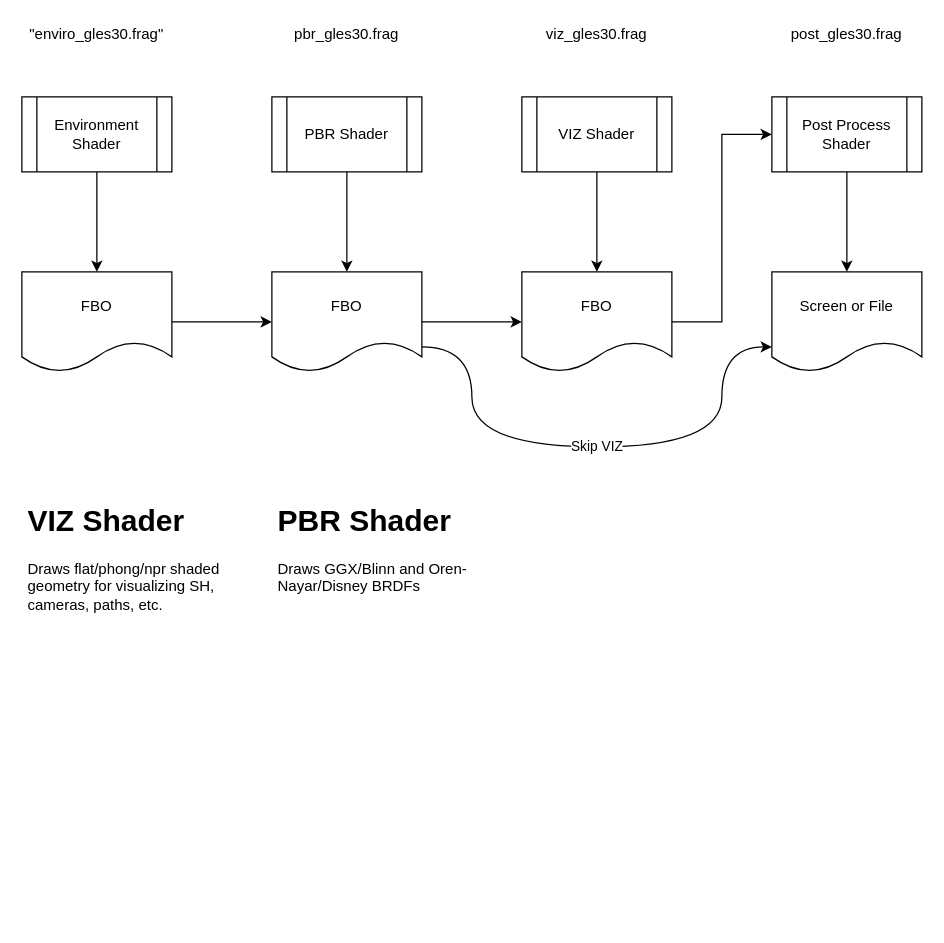
Before: page "Simple Renderer Pipeline" (3 of 3) of fluxions-ssphh-research-block-diagram.drawio in microwerx/blah-ssphh-all, a draw.io diagram. Source tidied: cells renumbered, new cells numbered last; positions are measured from the earlier drawing's top-left corner, leaving out a move shared by most shapes. Both pictures are drawn from the tidied source at 125%, with x=0, y=0 at pixel (21, 21).
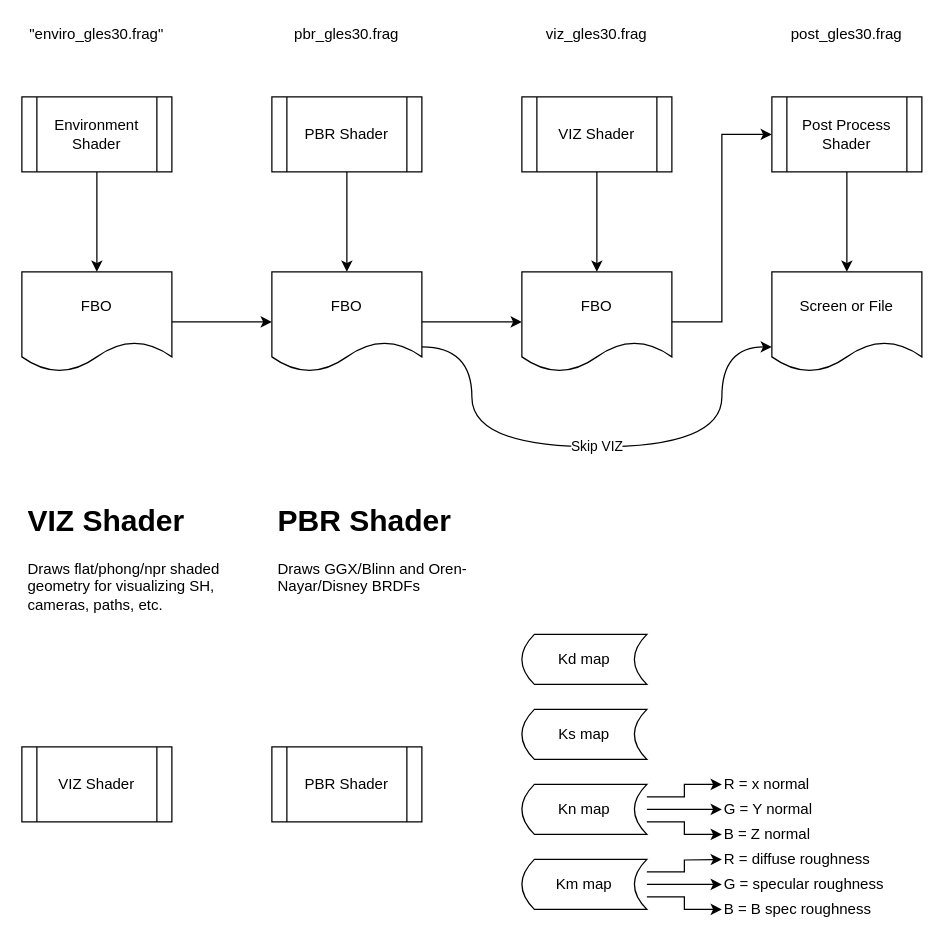
Above is the later version.

What changed in the source:
```diff
@@
+    <mxCell id="24" value="VIZ Shader" style="shape=process;whiteSpace=wrap;html=1;backgroundOutline=1;" parent="1" vertex="1">
+      <mxGeometry y="580" width="120" height="60" as="geometry" />
+    </mxCell>
+    <mxCell id="25" value="PBR Shader" style="shape=process;whiteSpace=wrap;html=1;backgroundOutline=1;" parent="1" vertex="1">
+      <mxGeometry x="200" y="580" width="120" height="60" as="geometry" />
+    </mxCell>
+    <mxCell id="26" value="Kd map" style="shape=dataStorage;whiteSpace=wrap;html=1;" parent="1" vertex="1">
+      <mxGeometry x="400" y="490" width="100" height="40" as="geometry" />
+    </mxCell>
+    <mxCell id="27" value="Ks map" style="shape=dataStorage;whiteSpace=wrap;html=1;" parent="1" vertex="1">
+      <mxGeometry x="400" y="550" width="100" height="40" as="geometry" />
+    </mxCell>
+    <mxCell id="28" style="group;" parent="1" vertex="1">
+      <mxGeometry x="400" y="660" width="300" height="60" as="geometry" />
+    </mxCell>
+    <mxCell id="29" style="edgeStyle=orthogonalEdgeStyle;rounded=0;jettySize=auto;html=1;exitX=1;exitY=0.25;exitDx=0;exitDy=0;" parent="28" edge="1" source="30">
+      <mxGeometry relative="1" as="geometry">
+        <mxPoint x="160" y="10" as="targetPoint" />
+      </mxGeometry>
+    </mxCell>
+    <mxCell id="30" value="Km map" style="shape=dataStorage;whiteSpace=wrap;html=1;" parent="28" vertex="1">
+      <mxGeometry y="10" width="100" height="40" as="geometry" />
+    </mxCell>
+    <mxCell id="31" value="R = diffuse roughness" style="text;html=1;strokeColor=none;fillColor=none;align=left;verticalAlign=middle;whiteSpace=wrap;rounded=0;" parent="28" vertex="1">
+      <mxGeometry x="160" width="140" height="20" as="geometry" />
+    </mxCell>
+    <mxCell id="32" value="G = specular roughness" style="text;html=1;strokeColor=none;fillColor=none;align=left;verticalAlign=middle;whiteSpace=wrap;rounded=0;" parent="28" vertex="1">
+      <mxGeometry x="160" y="20" width="140" height="20" as="geometry" />
+    </mxCell>
+    <mxCell id="33" style="edgeStyle=orthogonalEdgeStyle;rounded=0;jettySize=auto;html=1;exitX=1;exitY=0.5;exitDx=0;exitDy=0;entryX=0;entryY=0.5;entryDx=0;entryDy=0;" parent="28" edge="1" source="30" target="32">
+      <mxGeometry relative="1" as="geometry" />
+    </mxCell>
+    <mxCell id="34" value="B = B spec roughness" style="text;html=1;strokeColor=none;fillColor=none;align=left;verticalAlign=middle;whiteSpace=wrap;rounded=0;" parent="28" vertex="1">
+      <mxGeometry x="160" y="40" width="140" height="20" as="geometry" />
+    </mxCell>
+    <mxCell id="35" style="edgeStyle=orthogonalEdgeStyle;rounded=0;jettySize=auto;html=1;exitX=1;exitY=0.75;exitDx=0;exitDy=0;entryX=0;entryY=0.5;entryDx=0;entryDy=0;" parent="28" edge="1" source="30" target="34">
+      <mxGeometry relative="1" as="geometry" />
+    </mxCell>
+    <mxCell id="36" style="group;" parent="1" vertex="1">
+      <mxGeometry x="400" y="600" width="320" height="60" as="geometry" />
+    </mxCell>
+    <mxCell id="37" value="Kn map" style="shape=dataStorage;whiteSpace=wrap;html=1;" parent="36" vertex="1">
+      <mxGeometry y="10" width="100" height="40" as="geometry" />
+    </mxCell>
+    <mxCell id="38" value="G = Y normal" style="text;html=1;strokeColor=none;fillColor=none;align=left;verticalAlign=middle;whiteSpace=wrap;rounded=0;" parent="36" vertex="1">
+      <mxGeometry x="160" y="20" width="160" height="20" as="geometry" />
+    </mxCell>
+    <mxCell id="39" style="edgeStyle=orthogonalEdgeStyle;rounded=0;jettySize=auto;html=1;" parent="36" edge="1" source="37" target="38">
+      <mxGeometry relative="1" as="geometry" />
+    </mxCell>
+    <mxCell id="40" value="R = x normal" style="text;html=1;strokeColor=none;fillColor=none;align=left;verticalAlign=middle;whiteSpace=wrap;rounded=0;" parent="36" vertex="1">
+      <mxGeometry x="160" width="160" height="20" as="geometry" />
+    </mxCell>
+    <mxCell id="41" style="edgeStyle=orthogonalEdgeStyle;rounded=0;jettySize=auto;html=1;exitX=1;exitY=0.25;exitDx=0;exitDy=0;entryX=0;entryY=0.5;entryDx=0;entryDy=0;" parent="36" edge="1" source="37" target="40">
+      <mxGeometry relative="1" as="geometry" />
+    </mxCell>
+    <mxCell id="42" value="B = Z normal" style="text;html=1;strokeColor=none;fillColor=none;align=left;verticalAlign=middle;whiteSpace=wrap;rounded=0;" parent="36" vertex="1">
+      <mxGeometry x="160" y="40" width="160" height="20" as="geometry" />
+    </mxCell>
+    <mxCell id="43" style="edgeStyle=orthogonalEdgeStyle;rounded=0;jettySize=auto;html=1;exitX=1;exitY=0.75;exitDx=0;exitDy=0;entryX=0;entryY=0.5;entryDx=0;entryDy=0;" parent="36" edge="1" source="37" target="42">
+      <mxGeometry relative="1" as="geometry" />
+    </mxCell>
```
